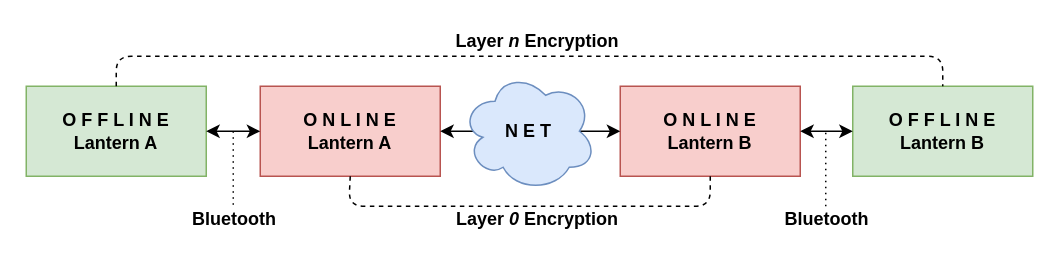
gregl83/lanterns keeps this draw.io diagram as assets/lanterns.drawio. Above is the earlier version. Source tidied: cells renumbered, new cells numbered last; positions are measured from the earlier drawing's top-left corner, leaving out a move shared by most shapes. Both pictures are drawn from the tidied source at 150%, with x=0, y=0 at pixel (26, 26).
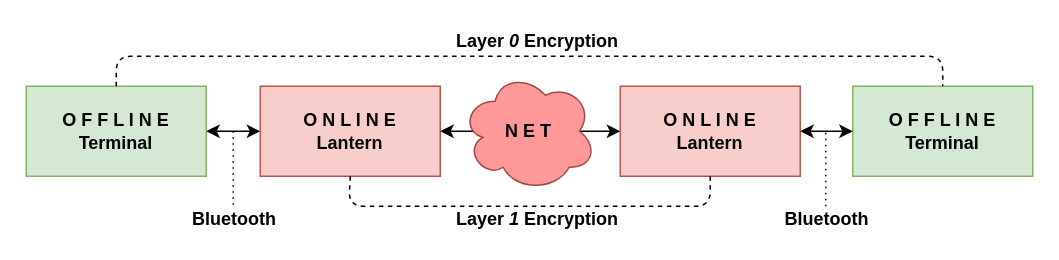
The same page after the edit.

Commit message (it also covers changes not shown here):
update lanterns diagram for terminals

Unchanged cells that the change refers to:
```xml
<mxCell id="8" style="endArrow=classic;html=1;entryX=0;entryY=0.5;entryDx=0;entryDy=0;startArrow=classic;startFill=1;" parent="1" edge="1" source="4" target="3">
  <mxGeometry relative="1" as="geometry" />
</mxCell>
```

The edit, as a diff of the source:
```diff
@@
-    <mxCell id="2" value="O F F L I N E&lt;br&gt;Lantern A" style="rounded=0;whiteSpace=wrap;html=1;fillColor=#d5e8d4;strokeColor=#82b366;fontStyle=1;" parent="1" vertex="1">
+    <mxCell id="2" value="O F F L I N E&lt;br&gt;Terminal" style="rounded=0;whiteSpace=wrap;html=1;fillColor=#d5e8d4;strokeColor=#82b366;fontStyle=1;" parent="1" vertex="1">
       <mxGeometry y="40" width="120" height="60" as="geometry" />
     </mxCell>
-    <mxCell id="3" value="O N L I N E&lt;br&gt;Lantern B" style="rounded=0;whiteSpace=wrap;html=1;fillColor=#f8cecc;strokeColor=#b85450;fontStyle=1;" parent="1" vertex="1">
+    <mxCell id="3" value="O N L I N E&lt;br&gt;Lantern" style="rounded=0;whiteSpace=wrap;html=1;fillColor=#f8cecc;strokeColor=#b85450;fontStyle=1;" parent="1" vertex="1">
       <mxGeometry x="396" y="40" width="120" height="60" as="geometry" />
     </mxCell>
-    <mxCell id="4" value="O N L I N E&lt;br&gt;Lantern A" style="rounded=0;whiteSpace=wrap;html=1;fillColor=#f8cecc;strokeColor=#b85450;fontStyle=1;" parent="1" vertex="1">
+    <mxCell id="4" value="O N L I N E&lt;br&gt;Lantern" style="rounded=0;whiteSpace=wrap;html=1;fillColor=#f8cecc;strokeColor=#b85450;fontStyle=1;" parent="1" vertex="1">
       <mxGeometry x="156" y="40" width="120" height="60" as="geometry" />
     </mxCell>
-    <mxCell id="5" value="O F F L I N E&lt;br&gt;Lantern B" style="rounded=0;whiteSpace=wrap;html=1;fillColor=#d5e8d4;strokeColor=#82b366;fontStyle=1;" parent="1" vertex="1">
+    <mxCell id="5" value="O F F L I N E&lt;br&gt;Terminal" style="rounded=0;whiteSpace=wrap;html=1;fillColor=#d5e8d4;strokeColor=#82b366;fontStyle=1;" parent="1" vertex="1">
       <mxGeometry x="551" y="40" width="120" height="60" as="geometry" />
     </mxCell>
@@
-    <mxCell id="9" value="N E T" style="ellipse;shape=cloud;whiteSpace=wrap;html=1;fontFamily=Helvetica;fontSize=12;align=center;strokeColor=#6c8ebf;fillColor=#dae8fc;fontStyle=1;" parent="8" vertex="1">
+    <mxCell id="9" value="N E T" style="ellipse;shape=cloud;whiteSpace=wrap;html=1;fontFamily=Helvetica;fontSize=12;align=center;fontStyle=1;fillColor=#FF9999;strokeColor=#A14946;" parent="8" vertex="1">
       <mxGeometry width="90" height="80" relative="1" as="geometry">
         <mxPoint x="-46" y="-40" as="offset" />
       </mxGeometry>
     </mxCell>
@@
-    <mxCell id="16" value="Layer &lt;i&gt;0&lt;/i&gt; Encryption" style="text;html=1;strokeColor=none;fillColor=none;align=center;verticalAlign=middle;whiteSpace=wrap;rounded=0;fontStyle=1;" parent="1" vertex="1">
+    <mxCell id="16" value="Layer &lt;i&gt;1&lt;/i&gt;&amp;nbsp;Encryption" style="text;html=1;strokeColor=none;fillColor=none;align=center;verticalAlign=middle;whiteSpace=wrap;rounded=0;fontStyle=1;" parent="1" vertex="1">
       <mxGeometry x="276" y="119" width="130" height="20" as="geometry" />
     </mxCell>
-    <mxCell id="17" value="Layer &lt;i&gt;n&lt;/i&gt; Encryption" style="text;html=1;strokeColor=none;fillColor=none;align=center;verticalAlign=middle;whiteSpace=wrap;rounded=0;fontStyle=1;" parent="1" vertex="1">
+    <mxCell id="17" value="Layer &lt;i&gt;0&lt;/i&gt;&amp;nbsp;Encryption" style="text;html=1;strokeColor=none;fillColor=none;align=center;verticalAlign=middle;whiteSpace=wrap;rounded=0;fontStyle=1;" parent="1" vertex="1">
       <mxGeometry x="276" width="130" height="20" as="geometry" />
     </mxCell>
```
